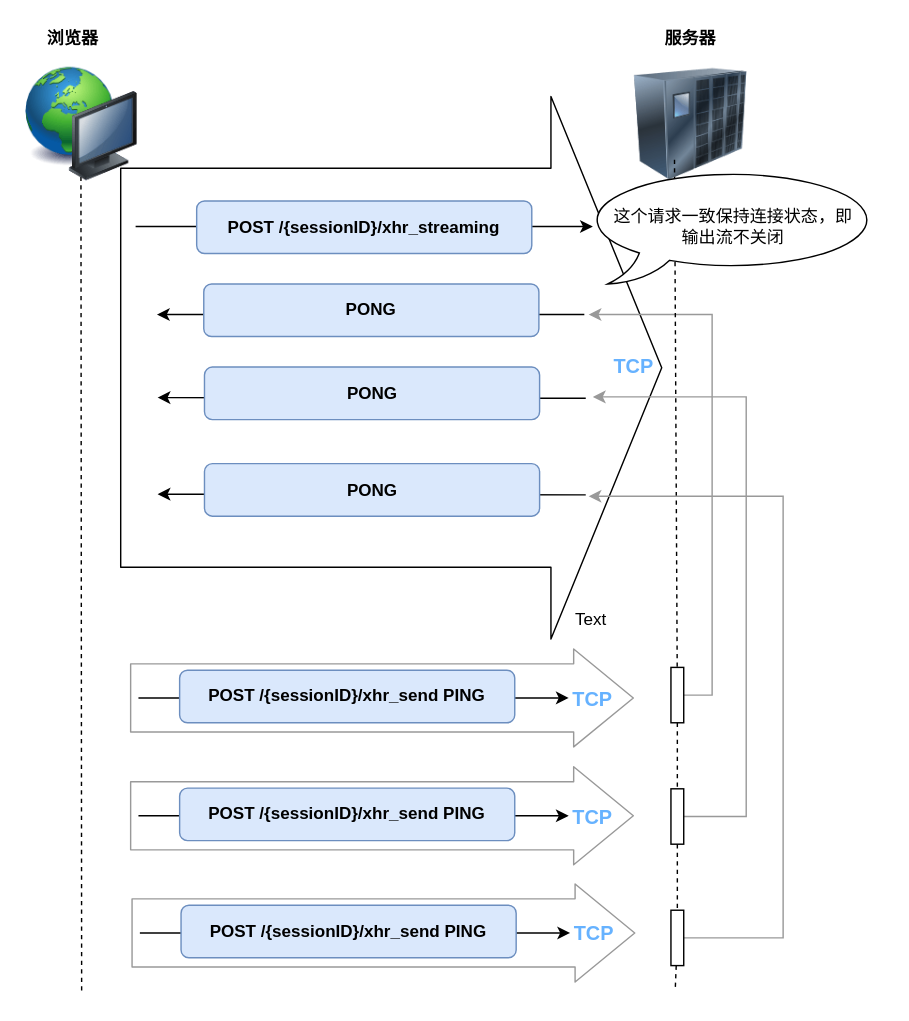
This is page "xhr_stream" (4 of 7) of source/_drawio/sockjs.drawio from ivan-94/bobi.ink, a draw.io file, before an edit. Source tidied: cells renumbered, new cells numbered last; positions are measured from the earlier drawing's top-left corner, leaving out a move shared by most shapes. Both pictures are drawn from the tidied source at 142%, with x=0, y=0 at pixel (24, 24).
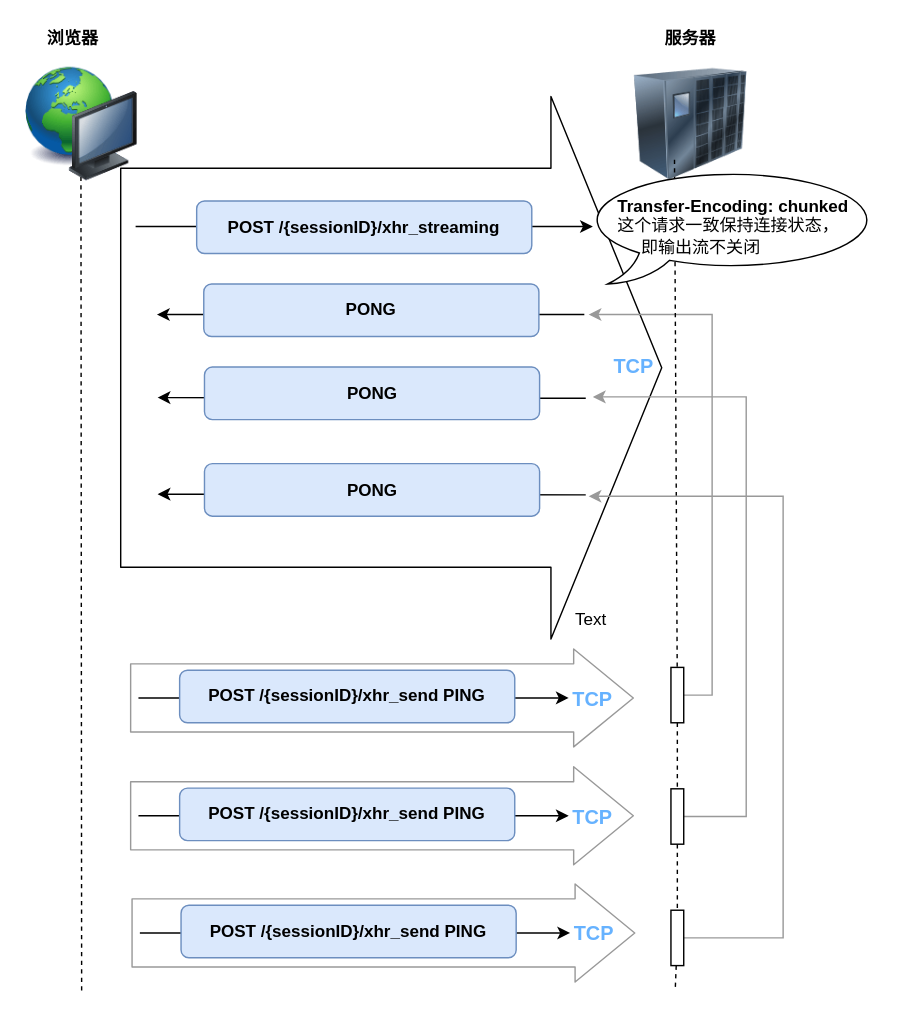
After the change.

Commit message (it also covers changes not shown here):
feat: sockjs xhr-streaming 新增分块传输编码描述

What changed in the source:
```diff
@@
-    <mxCell id="39" value="这个请求一致保持连接状态，即&lt;br&gt;输出流不关闭" style="whiteSpace=wrap;html=1;shape=mxgraph.basic.oval_callout;" parent="1" vertex="1">
+    <mxCell id="39" value="&lt;div style=&quot;text-align: left&quot;&gt;&lt;span&gt;&lt;b&gt;Transfer-Encoding: chunked&lt;/b&gt;&lt;/span&gt;&lt;/div&gt;&lt;div style=&quot;text-align: left&quot;&gt;&lt;span&gt;这个请求一致保持连接状态，&lt;/span&gt;&lt;/div&gt;&lt;div style=&quot;text-align: left&quot;&gt;&lt;span&gt;&amp;nbsp; &amp;nbsp; &amp;nbsp;即&lt;/span&gt;&lt;span&gt;输出流不关闭&lt;/span&gt;&lt;/div&gt;" style="whiteSpace=wrap;html=1;shape=mxgraph.basic.oval_callout;" parent="1" vertex="1">
       <mxGeometry x="393" y="101.5" width="212" height="81" as="geometry" />
     </mxCell>
```
